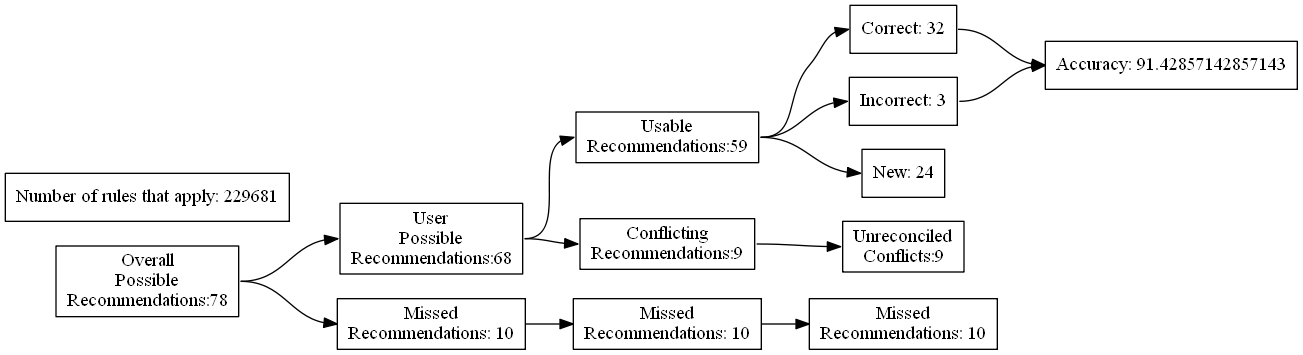
ZaxR/ibd_diet_analysis keeps this Graphviz diagram as test_renders/18.gv.png. Above is the earlier version. Its source is kept beside it as test_renders/18.gv.
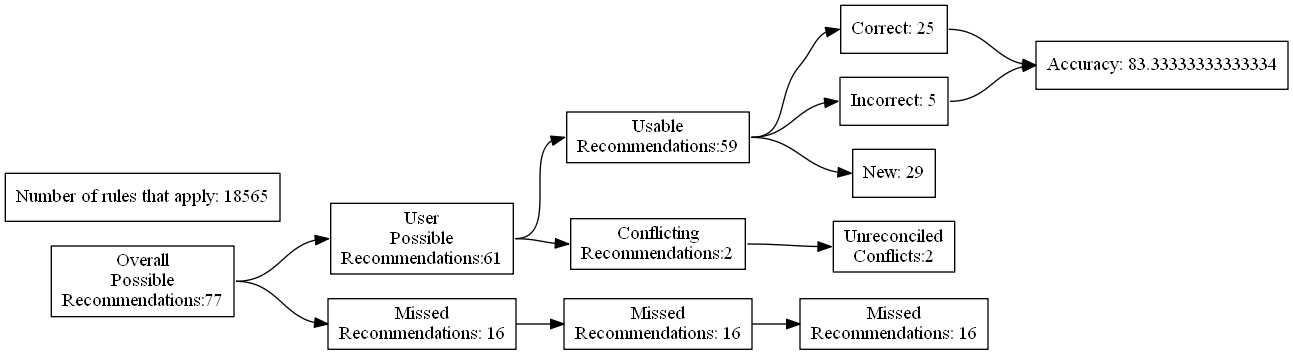
Above is the later version.

The edit, as a diff of the source:
```diff
@@ -4,27 +4,27 @@
 	edge [headport=w tailport=e]
 		A [label="Overall
 Possible
-Recommendations:78"]
+Recommendations:77"]
 		B [label="User
 Possible
-Recommendations:68"]
+Recommendations:61"]
 		C [label="Missed
-Recommendations: 10"]
+Recommendations: 16"]
 		D [label="Usable
 Recommendations:59"]
 		E [label="Conflicting
-Recommendations:9"]
+Recommendations:2"]
 		J [label="Missed
-Recommendations: 10"]
+Recommendations: 16"]
 		M [label="Unreconciled
-Conflicts:9"]
-		F [label="Correct: 32"]
-		G [label="Incorrect: 3"]
-		H [label="New: 24"]
+Conflicts:2"]
+		F [label="Correct: 25"]
+		G [label="Incorrect: 5"]
+		H [label="New: 29"]
 		K [label="Missed
-Recommendations: 10"]
-		I [label="Accuracy: 91.42857142857143"]
-		l [label="Number of rules that apply: 229681"]
+Recommendations: 16"]
+		I [label="Accuracy: 83.33333333333334"]
+		l [label="Number of rules that apply: 18565"]
 			A -> B
 			A -> C
 			B -> D
```
